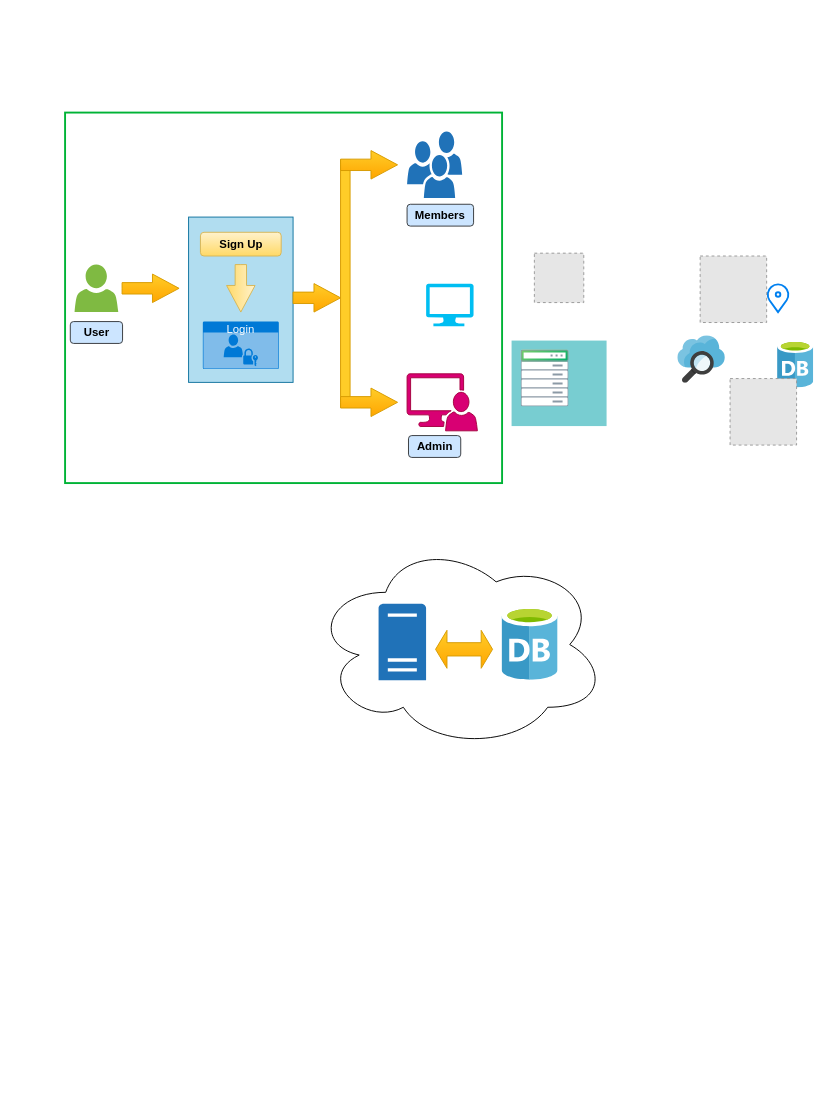
This is diagram.drawio from EkraBD/MyRep2, a draw.io file, before an edit. Source tidied: cells renumbered, new cells numbered last; positions are measured from the earlier drawing's top-left corner, leaving out a move shared by most shapes. Both pictures are drawn from the tidied source at 95%, with x=0, y=0 at pixel (65, 112). Pictures stored in the file or linked from it are replaced by grey dashed boxes.
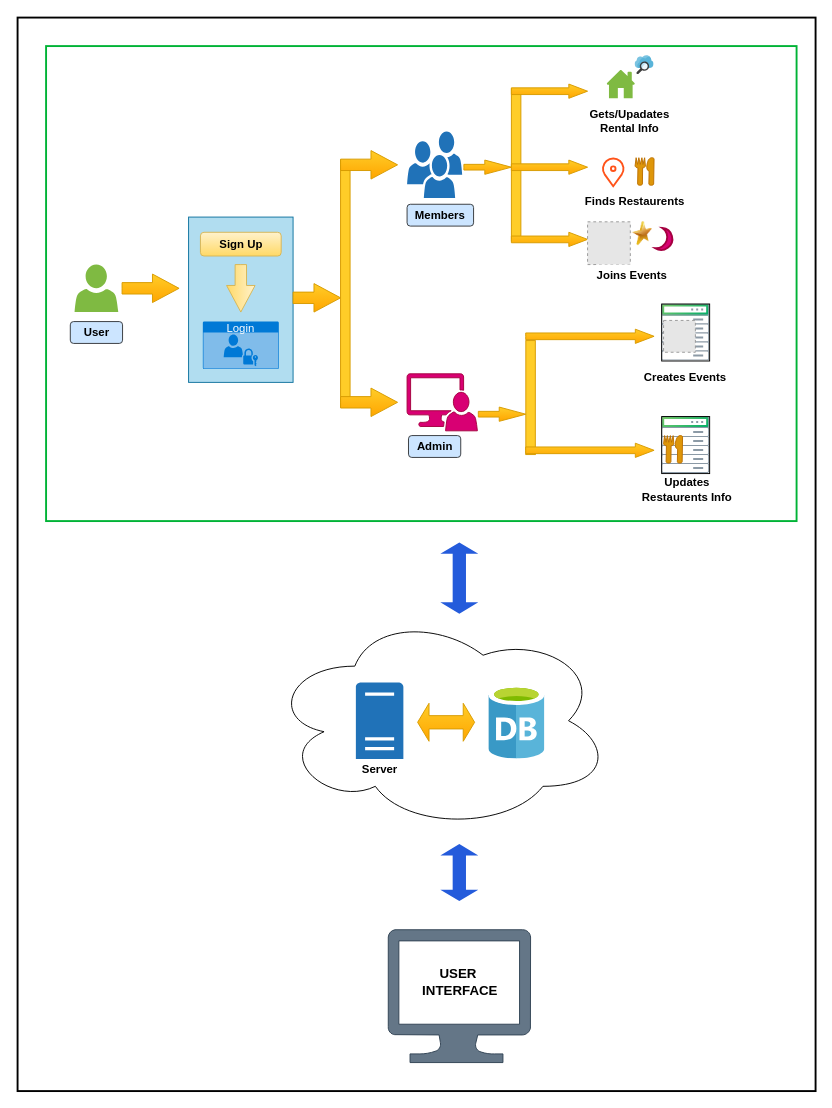
After the change.

Change to the diagram source:
```diff
@@
-    <mxCell id="2" style="image;sketch=0;html=1;align=center;fontSize=12;image=img/lib/mscae/Database_General.svg;" parent="1" vertex="1">
-      <mxGeometry x="750" y="240" width="38" height="50" as="geometry" />
-    </mxCell>
+    <mxCell id="26" style="rounded=0;whiteSpace=wrap;html=1;fillColor=default;strokeColor=default;strokeWidth=2;" parent="1" vertex="1">
+      <mxGeometry x="-50" y="-100" width="840" height="1130" as="geometry" />
+    </mxCell>
@@
-    <mxCell id="6" style="fillColor=#78CDD1;strokeColor=none;whiteSpace=wrap;html=1;" parent="1" vertex="1">
-      <mxGeometry x="470" y="240" width="100" height="90" as="geometry" />
-    </mxCell>
-    <mxCell id="7" style="image;perimeter=ellipsePerimeter;html=1;align=center;fontSize=12;verticalAlign=top;fontColor=#364149;shadow=0;dashed=0;image=img/lib/cumulus/rack_cumulus_linux.svg;" parent="1" vertex="1">
-      <mxGeometry x="480" y="250" width="50.5" height="60" as="geometry" />
+    <mxCell id="7" style="image;perimeter=ellipsePerimeter;html=1;align=center;fontSize=12;verticalAlign=top;fontColor=#364149;shadow=0;dashed=0;image=img/lib/cumulus/rack_cumulus_linux.svg;imageBorder=default;strokeWidth=1;" parent="1" vertex="1">
+      <mxGeometry x="628" y="201.5" width="50.5" height="60" as="geometry" />
     </mxCell>
-    <mxCell id="8" style="image;sketch=0;html=1;align=center;fontSize=12;image=img/lib/mscae/Search.svg;" parent="1" vertex="1">
-      <mxGeometry x="645" y="235" width="50" height="50" as="geometry" />
-    </mxCell>
@@
-    <mxCell id="10" style="html=1;verticalLabelPosition=bottom;align=center;labelBackgroundColor=#ffffff;verticalAlign=top;strokeWidth=2;strokeColor=#0080F0;shadow=0;dashed=0;shape=mxgraph.ios7.icons.location;" parent="1" vertex="1">
-      <mxGeometry x="738.5" y="180" width="24" height="30" as="geometry" />
-    </mxCell>
@@
-    <mxCell id="13" style="fillColor=#E6E6E6;strokeColor=#999999;dashed=1;html=1;verticalAlign=top;verticalLabelPosition=bottom;labelBackgroundColor=#ffffff;" parent="1" vertex="1">
-      <mxGeometry x="494" y="148" width="52" height="52" as="geometry" />
-    </mxCell>
-    <mxCell id="14" style="fillColor=#E6E6E6;strokeColor=#999999;dashed=1;html=1;verticalAlign=top;verticalLabelPosition=bottom;labelBackgroundColor=#ffffff;" parent="1" vertex="1">
-      <mxGeometry x="700" y="280" width="70" height="70" as="geometry" />
-    </mxCell>
-    <mxCell id="15" style="fillColor=#E6E6E6;strokeColor=#999999;dashed=1;html=1;verticalAlign=top;verticalLabelPosition=bottom;labelBackgroundColor=#ffffff;" parent="1" vertex="1">
-      <mxGeometry x="668.5" y="151" width="70" height="70" as="geometry" />
-    </mxCell>
@@
-    <mxCell id="26" style="rounded=0;whiteSpace=wrap;html=1;fillColor=none;strokeColor=#00B336;strokeWidth=2;" parent="1" vertex="1">
-      <mxGeometry width="460" height="390" as="geometry" />
-    </mxCell>
-    <mxCell id="27" style="verticalLabelPosition=bottom;html=1;verticalAlign=top;align=center;strokeColor=none;fillColor=#00BEF2;shape=mxgraph.azure.computer;" parent="1" vertex="1">
-      <mxGeometry x="380" y="180" width="50" height="45" as="geometry" />
+    <mxCell id="27" style="verticalLabelPosition=bottom;html=1;verticalAlign=top;align=center;strokeColor=#314354;fillColor=#647687;shape=mxgraph.azure.computer;fontColor=#ffffff;" parent="1" vertex="1">
+      <mxGeometry x="340" y="860" width="150" height="140" as="geometry" />
     </mxCell>
-    <mxCell id="28" style="ellipse;shape=cloud;whiteSpace=wrap;html=1;" parent="1" vertex="1">
-      <mxGeometry x="260" y="450" width="310" height="220" as="geometry" />
+    <mxCell id="28" style="ellipse;shape=cloud;whiteSpace=wrap;html=1;strokeColor=default;strokeWidth=1;" parent="1" vertex="1">
+      <mxGeometry x="215" y="525.2" width="360" height="230" as="geometry" />
     </mxCell>
-    <mxCell id="29" style="sketch=0;shadow=0;dashed=0;html=1;strokeColor=none;labelPosition=center;verticalLabelPosition=bottom;verticalAlign=top;align=center;shape=mxgraph.office.servers.server_generic;fillColor=#2072B8;" parent="1" vertex="1">
-      <mxGeometry x="330" y="517" width="50" height="80.5" as="geometry" />
-    </mxCell>
-    <mxCell id="30" style="image;sketch=0;html=1;align=center;fontSize=12;image=img/lib/mscae/Database_General.svg;" parent="1" vertex="1">
-      <mxGeometry x="460" y="520" width="58.9" height="77.5" as="geometry" />
-    </mxCell>
-    <mxCell id="31" style="html=1;shadow=0;dashed=0;align=center;verticalAlign=middle;shape=mxgraph.arrows2.twoWayArrow;dy=0.65;dx=12;fillColor=#ffcd28;strokeColor=#d79b00;gradientColor=#ffa500;" parent="1" vertex="1">
-      <mxGeometry x="390" y="545" width="60" height="40" as="geometry" />
-    </mxCell>
+    <mxCell id="32" style="html=1;shadow=0;dashed=0;align=center;verticalAlign=middle;shape=mxgraph.arrows2.twoWayArrow;dy=0.65;dx=12;fillColor=#245bdb;strokeColor=none;gradientColor=none;rotation=90;" parent="1" vertex="1">
+      <mxGeometry x="377.5" y="470" width="75" height="40" as="geometry" />
+    </mxCell>
+    <mxCell id="33" value="&lt;font style=&quot;font-size: 14px;&quot; face=&quot;Helvetica&quot;&gt;USER&amp;nbsp;&lt;/font&gt;&lt;div style=&quot;font-size: 14px;&quot;&gt;&lt;font style=&quot;font-size: 14px;&quot; face=&quot;Helvetica&quot;&gt;INTERFACE&lt;/font&gt;&lt;/div&gt;" style="rounded=1;whiteSpace=wrap;html=1;fontStyle=1;fontFamily=Times New Roman;fontSize=14;strokeColor=none;fillColor=none;" parent="1" vertex="1">
+      <mxGeometry x="371.1" y="890" width="89.5" height="50" as="geometry" />
+    </mxCell>
+    <mxCell id="34" style="html=1;shadow=0;dashed=0;align=center;verticalAlign=middle;shape=mxgraph.arrows2.twoWayArrow;dy=0.65;dx=12;fillColor=#245bdb;strokeColor=none;gradientColor=none;rotation=90;" parent="1" vertex="1">
+      <mxGeometry x="385" y="780" width="60" height="40" as="geometry" />
+    </mxCell>
+    <mxCell id="35" style="fillColor=#FFCD28;strokeColor=#d79b00;whiteSpace=wrap;html=1;gradientColor=none;" parent="1" vertex="1">
+      <mxGeometry x="469.8" y="-25" width="10" height="160" as="geometry" />
+    </mxCell>
+    <mxCell id="36" style="html=1;shadow=0;dashed=0;align=center;verticalAlign=middle;shape=mxgraph.arrows2.arrow;dy=0.6;dx=28;notch=0;fillColor=#ffcd28;strokeColor=#d79b00;gradientColor=#ffa500;" parent="1" vertex="1">
+      <mxGeometry x="419.8" y="50" width="50" height="15" as="geometry" />
+    </mxCell>
+    <mxCell id="37" style="html=1;shadow=0;dashed=0;align=center;verticalAlign=middle;shape=mxgraph.arrows2.arrow;dy=0.53;dx=19.75;notch=0;fillColor=#ffcd28;strokeColor=#d79b00;gradientColor=#ffa500;" parent="1" vertex="1">
+      <mxGeometry x="469.8" y="-30" width="80.2" height="15" as="geometry" />
+    </mxCell>
+    <mxCell id="38" style="rounded=1;whiteSpace=wrap;html=1;strokeColor=none;" parent="1" vertex="1">
+      <mxGeometry x="558.9" y="-60" width="71.1" height="50" as="geometry" />
+    </mxCell>
+    <mxCell id="39" style="sketch=0;shadow=0;dashed=0;html=1;strokeColor=none;labelPosition=center;verticalLabelPosition=bottom;verticalAlign=top;align=center;shape=mxgraph.office.concepts.home;fillColor=#7FBA42;" parent="1" vertex="1">
+      <mxGeometry x="570" y="-45" width="30" height="30" as="geometry" />
+    </mxCell>
+    <mxCell id="8" style="image;sketch=0;html=1;align=center;fontSize=12;image=img/lib/mscae/Search.svg;" parent="1" vertex="1">
+      <mxGeometry x="600" y="-60" width="20" height="20" as="geometry" />
+    </mxCell>
+    <mxCell id="40" value="&lt;font face=&quot;Helvetica&quot;&gt;Gets/Upadates&lt;/font&gt;&lt;div&gt;&lt;font face=&quot;Helvetica&quot;&gt;Rental Info&lt;/font&gt;&lt;/div&gt;" style="rounded=1;whiteSpace=wrap;html=1;fontStyle=1;fontFamily=Times New Roman;fontSize=12;strokeColor=none;fillColor=none;arcSize=43;" parent="1" vertex="1">
+      <mxGeometry x="547" y="-3" width="95" height="23" as="geometry" />
+    </mxCell>
+    <mxCell id="41" style="rounded=1;whiteSpace=wrap;html=1;strokeColor=none;" parent="1" vertex="1">
+      <mxGeometry x="556.9" y="32.5" width="71.1" height="50" as="geometry" />
+    </mxCell>
+    <mxCell id="10" style="html=1;verticalLabelPosition=bottom;align=center;labelBackgroundColor=#ffffff;verticalAlign=top;strokeWidth=2;strokeColor=#ff531a;shadow=0;dashed=0;shape=mxgraph.ios7.icons.location;fillColor=none;fontColor=#ffffff;" parent="1" vertex="1">
+      <mxGeometry x="565" y="47.5" width="24" height="30" as="geometry" />
+    </mxCell>
+    <mxCell id="42" style="shape=mxgraph.signs.food.restaurant_1;html=1;fillColor=#DE9609;strokeColor=#BD7000;verticalLabelPosition=bottom;verticalAlign=top;align=center;fontColor=#000000;" parent="1" vertex="1">
+      <mxGeometry x="600" y="47.5" width="20" height="29" as="geometry" />
+    </mxCell>
+    <mxCell id="43" style="html=1;shadow=0;dashed=0;align=center;verticalAlign=middle;shape=mxgraph.arrows2.arrow;dy=0.53;dx=19.75;notch=0;fillColor=#ffcd28;strokeColor=#d79b00;gradientColor=#ffa500;" parent="1" vertex="1">
+      <mxGeometry x="469.8" y="50" width="80.2" height="15" as="geometry" />
+    </mxCell>
+    <mxCell id="44" style="html=1;shadow=0;dashed=0;align=center;verticalAlign=middle;shape=mxgraph.arrows2.arrow;dy=0.53;dx=19.75;notch=0;fillColor=#ffcd28;strokeColor=#d79b00;gradientColor=#ffa500;" parent="1" vertex="1">
+      <mxGeometry x="469.8" y="126" width="80.2" height="15" as="geometry" />
+    </mxCell>
+    <mxCell id="45" value="&lt;font face=&quot;Helvetica&quot;&gt;Finds Restaurents&lt;/font&gt;" style="rounded=1;whiteSpace=wrap;html=1;fontStyle=1;fontFamily=Times New Roman;fontSize=12;strokeColor=none;fillColor=none;arcSize=43;" parent="1" vertex="1">
+      <mxGeometry x="540" y="82.5" width="120" height="23" as="geometry" />
+    </mxCell>
+    <mxCell id="46" style="fillColor=default;strokeColor=none;whiteSpace=wrap;html=1;" parent="1" vertex="1">
+      <mxGeometry x="550" y="111" width="110" height="59" as="geometry" />
+    </mxCell>
+    <mxCell id="47" style="fillColor=#E6E6E6;strokeColor=#999999;dashed=1;html=1;verticalAlign=top;verticalLabelPosition=bottom;labelBackgroundColor=#ffffff;" parent="1" vertex="1">
+      <mxGeometry x="550" y="115" width="45" height="45" as="geometry" />
+    </mxCell>
+    <mxCell id="48" style="image;html=1;image=img/lib/clip_art/general/Star_128x128.png;" parent="1" vertex="1">
+      <mxGeometry x="595" y="115" width="25" height="25" as="geometry" />
+    </mxCell>
+    <mxCell id="49" style="html=1;verticalLabelPosition=bottom;align=center;labelBackgroundColor=#ffffff;verticalAlign=top;strokeWidth=2;strokeColor=#A50040;shadow=0;dashed=0;shape=mxgraph.ios7.icons.moon;fillColor=#d80073;fontColor=#ffffff;rotation=334;textShadow=0;direction=north;" parent="1" vertex="1">
+      <mxGeometry x="617.9" y="122.5" width="22.4" height="22.1" as="geometry" />
+    </mxCell>
+    <mxCell id="50" value="&lt;font face=&quot;Helvetica&quot;&gt;Joins Events&lt;/font&gt;" style="rounded=1;whiteSpace=wrap;html=1;fontStyle=1;fontFamily=Times New Roman;fontSize=12;strokeColor=none;fillColor=default;arcSize=43;" parent="1" vertex="1">
+      <mxGeometry x="552" y="160" width="90" height="23" as="geometry" />
+    </mxCell>
+    <mxCell id="51" style="html=1;shadow=0;dashed=0;align=center;verticalAlign=middle;shape=mxgraph.arrows2.arrow;dy=0.6;dx=28;notch=0;fillColor=#ffcd28;strokeColor=#d79b00;gradientColor=#ffa500;" parent="1" vertex="1">
+      <mxGeometry x="435" y="310" width="50" height="15" as="geometry" />
+    </mxCell>
+    <mxCell id="52" style="fillColor=#FFCD28;strokeColor=#d79b00;whiteSpace=wrap;html=1;gradientColor=none;" parent="1" vertex="1">
+      <mxGeometry x="485" y="240" width="10" height="120" as="geometry" />
+    </mxCell>
+    <mxCell id="53" style="html=1;shadow=0;dashed=0;align=center;verticalAlign=middle;shape=mxgraph.arrows2.arrow;dy=0.53;dx=19.75;notch=0;fillColor=#ffcd28;strokeColor=#d79b00;gradientColor=#ffa500;" parent="1" vertex="1">
+      <mxGeometry x="484.9" y="228" width="135.1" height="15" as="geometry" />
+    </mxCell>
+    <mxCell id="54" style="fillColor=#E6E6E6;strokeColor=#999999;dashed=1;html=1;verticalAlign=top;verticalLabelPosition=bottom;labelBackgroundColor=#ffffff;" parent="1" vertex="1">
+      <mxGeometry x="630" y="218.8" width="33.5" height="33.5" as="geometry" />
+    </mxCell>
+    <mxCell id="55" value="&lt;font face=&quot;Helvetica&quot;&gt;Creates Events&lt;/font&gt;" style="rounded=1;whiteSpace=wrap;html=1;fontStyle=1;fontFamily=Times New Roman;fontSize=12;strokeColor=none;fillColor=default;arcSize=43;" parent="1" vertex="1">
+      <mxGeometry x="608.3" y="267" width="90" height="23" as="geometry" />
+    </mxCell>
+    <mxCell id="56" style="image;perimeter=ellipsePerimeter;html=1;align=center;fontSize=12;verticalAlign=top;fontColor=#364149;shadow=0;dashed=0;image=img/lib/cumulus/rack_cumulus_linux.svg;imageBorder=default;strokeWidth=1;" parent="1" vertex="1">
+      <mxGeometry x="628" y="320" width="50.5" height="60" as="geometry" />
+    </mxCell>
+    <mxCell id="57" style="shape=mxgraph.signs.food.restaurant_1;html=1;fillColor=#DE9609;strokeColor=#BD7000;verticalLabelPosition=bottom;verticalAlign=top;align=center;fontColor=#000000;" parent="1" vertex="1">
+      <mxGeometry x="630" y="340" width="20" height="29" as="geometry" />
+    </mxCell>
+    <mxCell id="58" style="html=1;shadow=0;dashed=0;align=center;verticalAlign=middle;shape=mxgraph.arrows2.arrow;dy=0.53;dx=19.75;notch=0;fillColor=#ffcd28;strokeColor=#d79b00;gradientColor=#ffa500;" parent="1" vertex="1">
+      <mxGeometry x="484.9" y="348" width="135.1" height="15" as="geometry" />
+    </mxCell>
+    <mxCell id="59" value="&lt;font face=&quot;Helvetica&quot;&gt;Updates Restaurents Info&lt;/font&gt;" style="rounded=1;whiteSpace=wrap;html=1;fontStyle=1;fontFamily=Times New Roman;fontSize=12;strokeColor=none;fillColor=none;arcSize=43;" parent="1" vertex="1">
+      <mxGeometry x="595" y="380" width="120" height="33" as="geometry" />
+    </mxCell>
+    <mxCell id="60" style="image;sketch=0;html=1;align=center;fontSize=12;image=img/lib/mscae/Database_General.svg;" parent="1" vertex="1">
+      <mxGeometry x="446.1" y="603" width="58.9" height="77.5" as="geometry" />
+    </mxCell>
+    <mxCell id="61" style="sketch=0;shadow=0;dashed=0;html=1;strokeColor=none;labelPosition=center;verticalLabelPosition=bottom;verticalAlign=top;align=center;shape=mxgraph.office.servers.server_generic;fillColor=#2072B8;" parent="1" vertex="1">
+      <mxGeometry x="306.1" y="600" width="50" height="80.5" as="geometry" />
+    </mxCell>
+    <mxCell id="62" value="&lt;font face=&quot;Helvetica&quot;&gt;Server&lt;/font&gt;" style="rounded=1;whiteSpace=wrap;html=1;fontStyle=1;fontFamily=Times New Roman;fontSize=12;strokeColor=none;fillColor=none;" parent="1" vertex="1">
+      <mxGeometry x="303.6" y="680.5" width="55" height="23" as="geometry" />
+    </mxCell>
+    <mxCell id="63" style="html=1;shadow=0;dashed=0;align=center;verticalAlign=middle;shape=mxgraph.arrows2.twoWayArrow;dy=0.65;dx=12;fillColor=#ffcd28;strokeColor=#d79b00;gradientColor=#ffa500;" parent="1" vertex="1">
+      <mxGeometry x="371.1" y="621.8" width="60" height="40" as="geometry" />
+    </mxCell>
+    <mxCell id="64" style="rounded=0;whiteSpace=wrap;html=1;fillColor=none;strokeColor=#00B336;strokeWidth=2;" parent="1" vertex="1">
+      <mxGeometry x="-20" y="-70" width="790" height="500" as="geometry" />
+    </mxCell>
```
